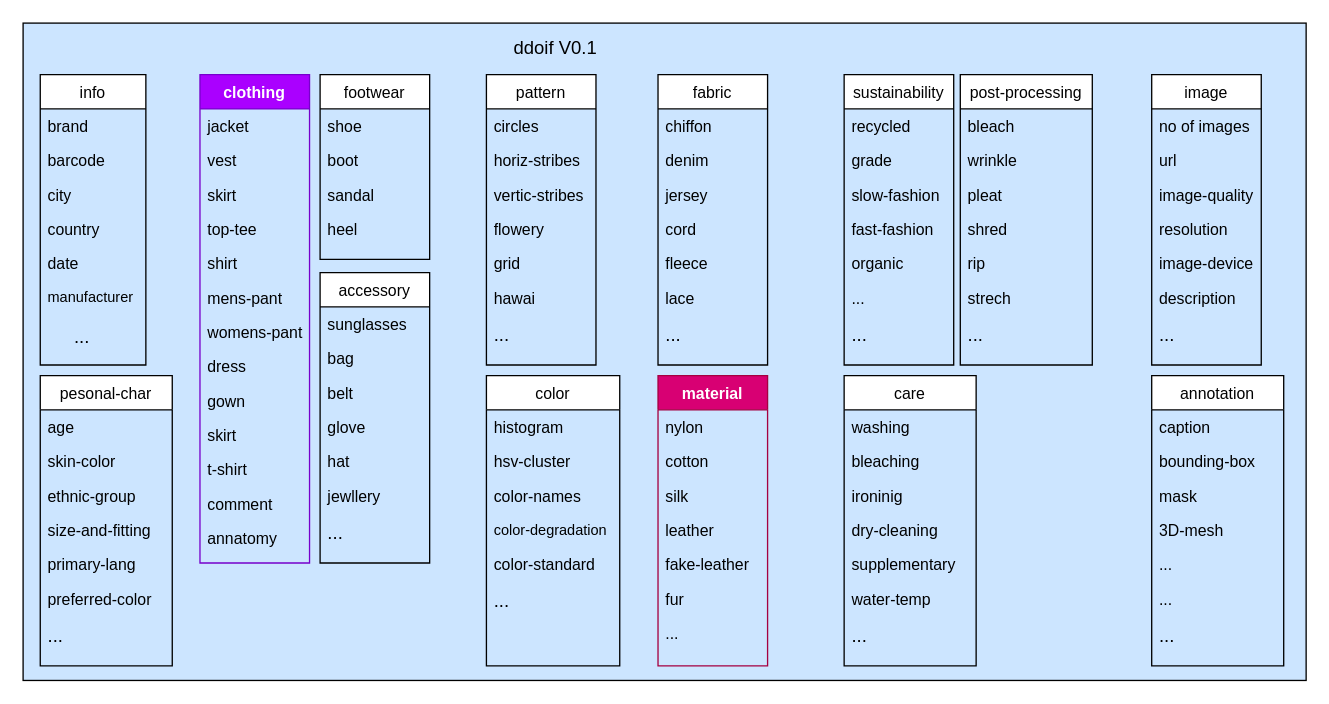
Earlier version of the draw.io diagram ddoif.drawio (morawi/ddoif). Source tidied: cells renumbered, new cells numbered last; positions are measured from the earlier drawing's top-left corner, leaving out a move shared by most shapes. Both pictures are drawn from the tidied source at 132%, with x=0, y=0 at pixel (22, 22).
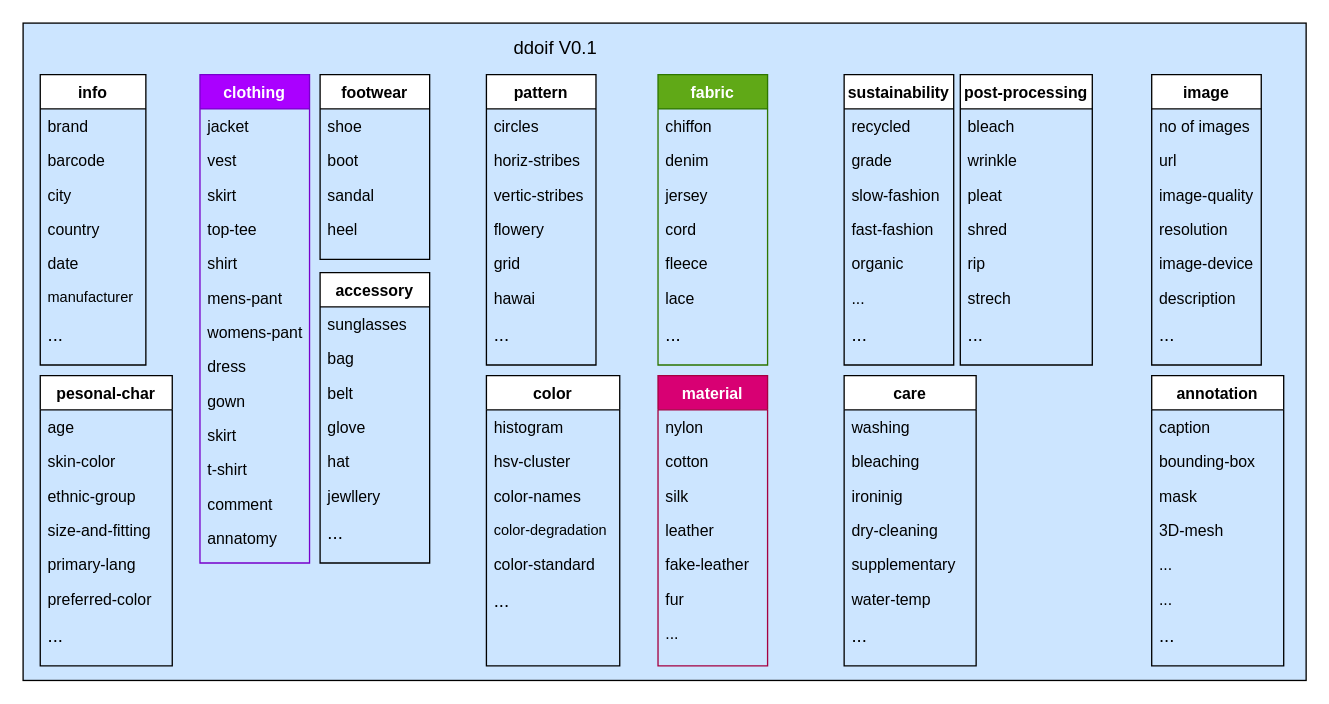
The same diagram, later.

The edit, as a diff of the source:
```diff
@@
-    <mxCell id="3" value="..." style="text;align=left;verticalAlign=top;spacingLeft=4;spacingRight=4;overflow=hidden;fontSize=14;" parent="1" vertex="1">
-      <mxGeometry x="33" y="223" width="80" height="28" as="geometry" />
-    </mxCell>
@@
-    <mxCell id="5" value="care" style="swimlane;fontStyle=0;align=center;verticalAlign=top;horizontal=1;startSize=26;rounded=0;shadow=0;strokeWidth=1;" parent="1" vertex="1">
+    <mxCell id="5" value="care" style="swimlane;fontStyle=1;align=center;verticalAlign=top;horizontal=1;startSize=26;rounded=0;shadow=0;strokeWidth=1;" parent="1" vertex="1">
       <mxGeometry x="622" y="267" width="100" height="220" as="geometry" />
     </mxCell>
@@
-    <mxCell id="13" value="pesonal-char" style="swimlane;fontStyle=0;align=center;verticalAlign=top;horizontal=1;startSize=26;rounded=0;shadow=0;strokeWidth=1;" parent="1" vertex="1">
+    <mxCell id="13" value="pesonal-char" style="swimlane;fontStyle=1;align=center;verticalAlign=top;horizontal=1;startSize=26;rounded=0;shadow=0;strokeWidth=1;" parent="1" vertex="1">
       <mxGeometry x="13" y="267" width="100" height="220" as="geometry" />
     </mxCell>
@@
-    <mxCell id="21" value="post-processing" style="swimlane;fontStyle=0;align=center;verticalAlign=top;horizontal=1;startSize=26;rounded=0;shadow=0;strokeWidth=1;" parent="1" vertex="1">
+    <mxCell id="21" value="post-processing" style="swimlane;fontStyle=1;align=center;verticalAlign=top;horizontal=1;startSize=26;rounded=0;shadow=0;strokeWidth=1;" parent="1" vertex="1">
       <mxGeometry x="710" y="39" width="100" height="220" as="geometry" />
     </mxCell>
@@
-    <mxCell id="29" value="info" style="swimlane;fontStyle=0;align=center;verticalAlign=top;horizontal=1;startSize=26;rounded=0;shadow=0;strokeWidth=1;" parent="1" vertex="1">
+    <mxCell id="29" value="info" style="swimlane;fontStyle=1;align=center;verticalAlign=top;horizontal=1;startSize=26;rounded=0;shadow=0;strokeWidth=1;" parent="1" vertex="1">
       <mxGeometry x="13" y="39" width="80" height="220" as="geometry" />
     </mxCell>
@@
-    <mxCell id="31" value="barcode" style="text;align=left;verticalAlign=top;spacingLeft=4;spacingRight=4;overflow=hidden;rounded=0;shadow=0;html=0;" parent="29" vertex="1">
+    <mxCell id="31" value="barcode" style="text;align=left;verticalAlign=top;spacingLeft=4;spacingRight=4;overflow=hidden;rounded=0;shadow=0;html=0;strokeColor=none;" parent="29" vertex="1">
       <mxGeometry y="52" width="80" height="26" as="geometry" />
     </mxCell>
@@
+    <mxCell id="3" value="..." style="text;align=left;verticalAlign=top;spacingLeft=4;spacingRight=4;overflow=hidden;fontSize=14;" parent="29" vertex="1">
+      <mxGeometry y="182" width="80" height="28" as="geometry" />
+    </mxCell>
-    <mxCell id="36" value="pattern" style="swimlane;fontStyle=0;align=center;verticalAlign=top;horizontal=1;startSize=26;rounded=0;shadow=0;strokeWidth=1;" parent="1" vertex="1">
+    <mxCell id="36" value="pattern" style="swimlane;fontStyle=1;align=center;verticalAlign=top;horizontal=1;startSize=26;rounded=0;shadow=0;strokeWidth=1;" parent="1" vertex="1">
       <mxGeometry x="351" y="39" width="83" height="220" as="geometry" />
     </mxCell>
@@
-    <mxCell id="44" value="footwear" style="swimlane;fontStyle=0;align=center;verticalAlign=top;horizontal=1;startSize=26;rounded=0;shadow=0;strokeWidth=1;" parent="1" vertex="1">
+    <mxCell id="44" value="footwear" style="swimlane;fontStyle=1;align=center;verticalAlign=top;horizontal=1;startSize=26;rounded=0;shadow=0;strokeWidth=1;" parent="1" vertex="1">
       <mxGeometry x="225" y="39" width="83" height="140" as="geometry" />
     </mxCell>
@@
-    <mxCell id="49" value="accessory" style="swimlane;fontStyle=0;align=center;verticalAlign=top;horizontal=1;startSize=26;rounded=0;shadow=0;strokeWidth=1;" parent="1" vertex="1">
+    <mxCell id="49" value="accessory" style="swimlane;fontStyle=1;align=center;verticalAlign=top;horizontal=1;startSize=26;rounded=0;shadow=0;strokeWidth=1;" parent="1" vertex="1">
       <mxGeometry x="225" y="189" width="83" height="220" as="geometry" />
     </mxCell>
@@
-    <mxCell id="57" value="color" style="swimlane;fontStyle=0;align=center;verticalAlign=top;horizontal=1;startSize=26;rounded=0;shadow=0;strokeWidth=1;" parent="1" vertex="1">
+    <mxCell id="57" value="color" style="swimlane;fontStyle=1;align=center;verticalAlign=top;horizontal=1;startSize=26;rounded=0;shadow=0;strokeWidth=1;" parent="1" vertex="1">
       <mxGeometry x="351" y="267" width="101" height="220" as="geometry" />
     </mxCell>
@@
-    <mxCell id="64" value="sustainability" style="swimlane;fontStyle=0;align=center;verticalAlign=top;horizontal=1;startSize=26;rounded=0;shadow=0;strokeWidth=1;" parent="1" vertex="1">
+    <mxCell id="64" value="sustainability" style="swimlane;fontStyle=1;align=center;verticalAlign=top;horizontal=1;startSize=26;rounded=0;shadow=0;strokeWidth=1;" parent="1" vertex="1">
       <mxGeometry x="622" y="39" width="83" height="220" as="geometry" />
     </mxCell>
@@
-    <mxCell id="72" value="fabric" style="swimlane;fontStyle=0;align=center;verticalAlign=top;horizontal=1;startSize=26;rounded=0;shadow=0;strokeWidth=1;" parent="1" vertex="1">
+    <mxCell id="72" value="fabric" style="swimlane;fontStyle=1;align=center;verticalAlign=top;horizontal=1;startSize=26;rounded=0;shadow=0;strokeWidth=1;fillColor=#60a917;strokeColor=#2D7600;fontColor=#ffffff;" parent="1" vertex="1">
       <mxGeometry x="481" y="39" width="83" height="220" as="geometry" />
     </mxCell>
@@
-    <mxCell id="88" value="image" style="swimlane;fontStyle=0;align=center;verticalAlign=top;horizontal=1;startSize=26;rounded=0;shadow=0;strokeWidth=1;" parent="1" vertex="1">
+    <mxCell id="88" value="image" style="swimlane;fontStyle=1;align=center;verticalAlign=top;horizontal=1;startSize=26;rounded=0;shadow=0;strokeWidth=1;" parent="1" vertex="1">
       <mxGeometry x="855" y="39" width="83" height="220" as="geometry" />
     </mxCell>
@@
-    <mxCell id="96" value="annotation" style="swimlane;fontStyle=0;align=center;verticalAlign=top;horizontal=1;startSize=26;rounded=0;shadow=0;strokeWidth=1;" parent="1" vertex="1">
+    <mxCell id="96" value="annotation" style="swimlane;fontStyle=1;align=center;verticalAlign=top;horizontal=1;startSize=26;rounded=0;shadow=0;strokeWidth=1;" parent="1" vertex="1">
       <mxGeometry x="855" y="267" width="100" height="220" as="geometry" />
     </mxCell>
```
